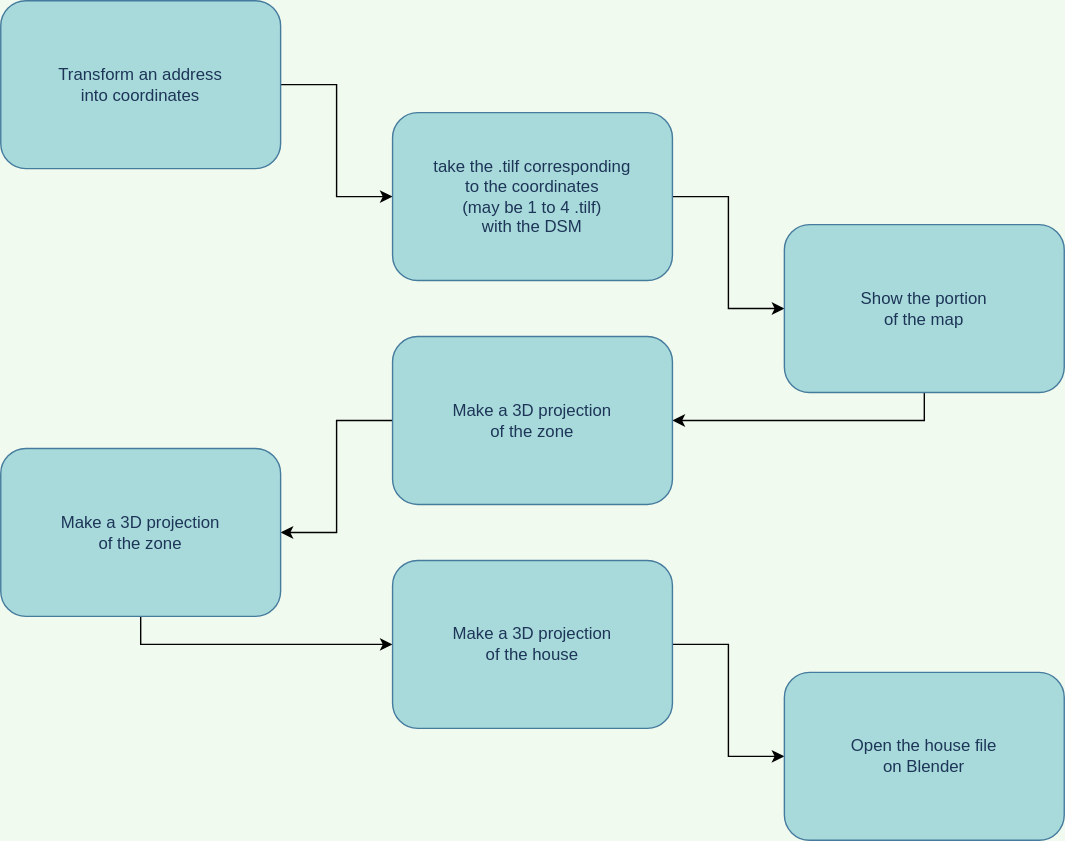
Above: Schemas/Plan.svg in Demesmaeker/3D_Houses (draw.io), before the change. Source tidied: cells renumbered, new cells last; positions are measured from the earlier drawing's top-left corner, leaving out a move shared by most shapes.
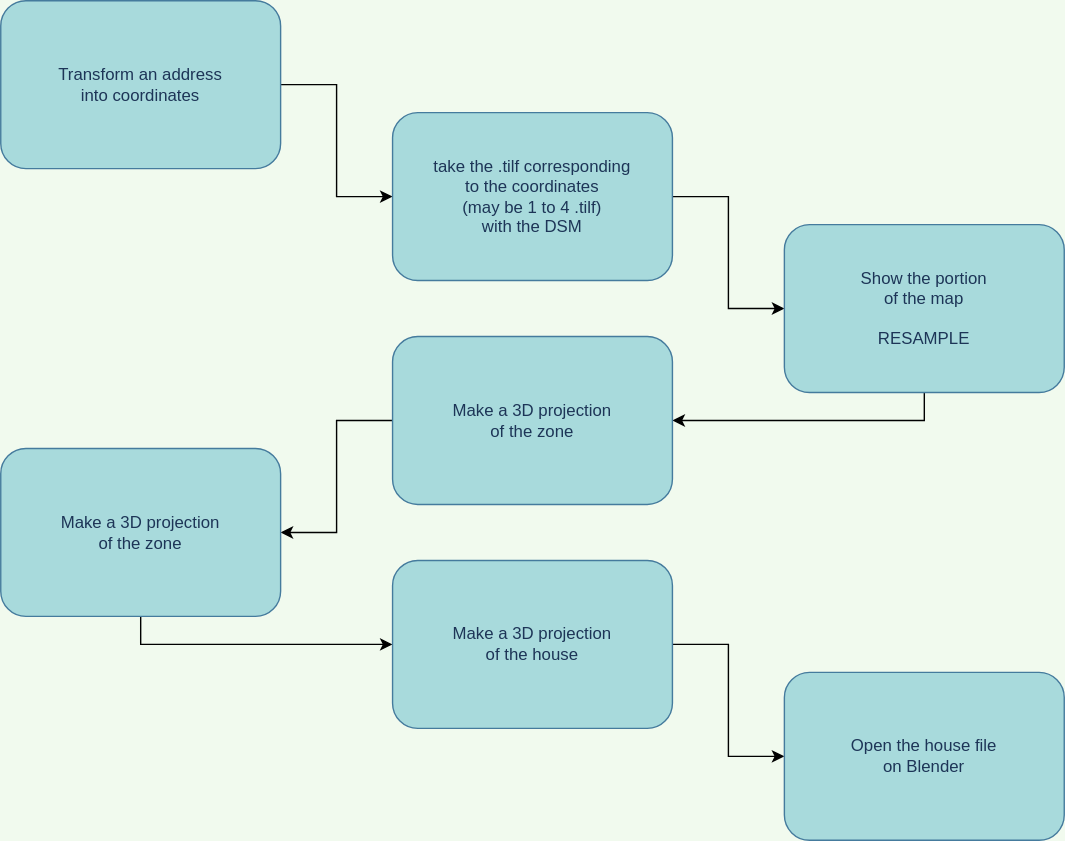
Above is the later version.

The edit, as a diff of the source:
```diff
@@ -17,7 +17,7 @@
     <mxCell id="6" style="edgeStyle=orthogonalEdgeStyle;rounded=0;jettySize=auto;html=1;exitX=0.5;exitY=1;exitDx=0;exitDy=0;entryX=1;entryY=0.5;entryDx=0;entryDy=0;" parent="1" edge="1" source="7" target="9">
       <mxGeometry relative="1" as="geometry" />
     </mxCell>
-    <mxCell id="7" value="&lt;div&gt;Show the portion&lt;/div&gt;&lt;div&gt;of the map&lt;/div&gt;" style="rounded=1;whiteSpace=wrap;html=1;fillColor=#A8DADC;strokeColor=#457B9D;fontColor=#1D3557;" parent="1" vertex="1">
+    <mxCell id="7" value="&lt;div&gt;Show the portion&lt;/div&gt;&lt;div&gt;of the map&lt;/div&gt;&lt;div&gt;&lt;br&gt;&lt;/div&gt;&lt;div&gt;RESAMPLE&lt;br&gt;&lt;/div&gt;" style="rounded=1;whiteSpace=wrap;html=1;fillColor=#A8DADC;strokeColor=#457B9D;fontColor=#1D3557;" parent="1" vertex="1">
       <mxGeometry x="560" y="160" width="200" height="120" as="geometry" />
     </mxCell>
     <mxCell id="8" style="edgeStyle=orthogonalEdgeStyle;rounded=0;jettySize=auto;html=1;exitX=0;exitY=0.5;exitDx=0;exitDy=0;entryX=1;entryY=0.5;entryDx=0;entryDy=0;" parent="1" edge="1" source="9" target="11">
```
